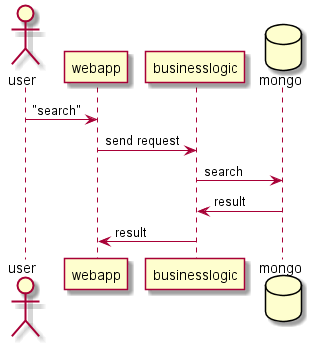
Mashnak/DCAppProject keeps this PlantUML diagram as Documentation/swad/out/sequence_Search/Laufzeit_search.png. Above is the earlier version.
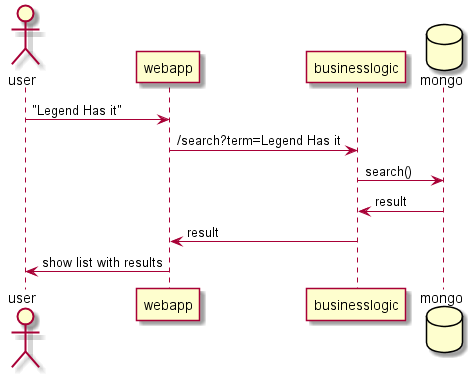
After the change.

Diff of the diagram source:
```diff
@@ -4,10 +4,11 @@
 participant businesslogic
 database mongo
 
-user -> webapp : "search"
-webapp -> businesslogic : send request
-businesslogic -> mongo : search
+user -> webapp : "Legend Has it"
+webapp -> businesslogic : /search?term=Legend Has it
+businesslogic -> mongo : search()
 mongo -> businesslogic : result
 businesslogic -> webapp : result
+webapp -> user : show list with results
 
 @enduml
```
